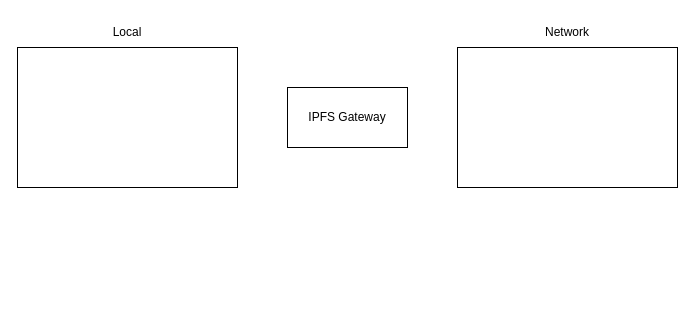
This is designs/architecture/IPFS Diagram.drawio from UniversalDot/documents, a draw.io file, before an edit. Source tidied: cells renumbered, new cells numbered last; positions are measured from the earlier drawing's top-left corner, leaving out a move shared by most shapes. Both pictures are drawn from the tidied source at 100%, with x=0, y=0 at pixel (17, 17).
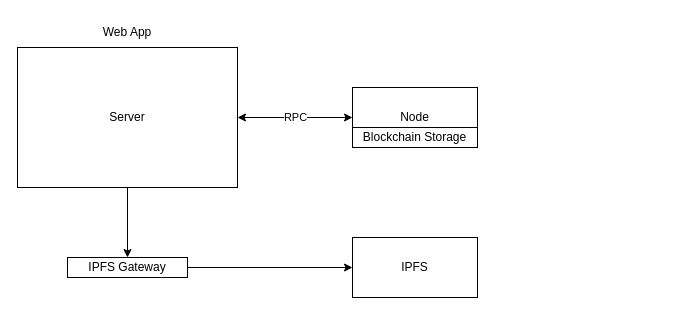
Above is the later version.

Diff of the diagram source:
```diff
@@
 <mxGraphModel>
   <root>
     <mxCell id="0" />
     <mxCell id="1" parent="0" />
+    <mxCell id="7" value="RPC" style="edgeStyle=orthogonalEdgeStyle;rounded=0;jettySize=auto;html=1;entryX=0;entryY=0.5;entryDx=0;entryDy=0;startArrow=classic;startFill=1;" parent="1" edge="1" source="2" target="10">
+      <mxGeometry relative="1" as="geometry" />
+    </mxCell>
+    <mxCell id="8" style="edgeStyle=orthogonalEdgeStyle;rounded=0;jettySize=auto;html=1;entryX=0.5;entryY=0;entryDx=0;entryDy=0;" parent="1" edge="1" source="2" target="6">
+      <mxGeometry relative="1" as="geometry" />
+    </mxCell>
-    <mxCell id="2" style="rounded=0;whiteSpace=wrap;html=1;" parent="1" vertex="1">
+    <mxCell id="2" value="Server" style="rounded=0;whiteSpace=wrap;html=1;" parent="1" vertex="1">
       <mxGeometry y="30" width="220" height="140" as="geometry" />
     </mxCell>
-    <mxCell id="3" value="Local" style="text;html=1;strokeColor=none;fillColor=none;align=center;verticalAlign=middle;whiteSpace=wrap;rounded=0;" parent="1" vertex="1">
+    <mxCell id="3" value="Web App" style="text;html=1;strokeColor=none;fillColor=none;align=center;verticalAlign=middle;whiteSpace=wrap;rounded=0;" parent="1" vertex="1">
       <mxGeometry x="80" width="60" height="30" as="geometry" />
     </mxCell>
-    <mxCell id="4" style="rounded=0;whiteSpace=wrap;html=1;" parent="1" vertex="1">
-      <mxGeometry x="440" y="30" width="220" height="140" as="geometry" />
-    </mxCell>
-    <mxCell id="5" value="Network" style="text;html=1;strokeColor=none;fillColor=none;align=center;verticalAlign=middle;whiteSpace=wrap;rounded=0;" parent="1" vertex="1">
-      <mxGeometry x="520" width="60" height="30" as="geometry" />
-    </mxCell>
+    <mxCell id="9" style="edgeStyle=orthogonalEdgeStyle;rounded=0;jettySize=auto;html=1;entryX=0;entryY=0.5;entryDx=0;entryDy=0;" parent="1" edge="1" source="6" target="12">
+      <mxGeometry relative="1" as="geometry" />
+    </mxCell>
     <mxCell id="6" value="IPFS Gateway" style="rounded=0;whiteSpace=wrap;html=1;" parent="1" vertex="1">
-      <mxGeometry x="270" y="70" width="120" height="60" as="geometry" />
+      <mxGeometry x="50" y="240" width="120" height="20" as="geometry" />
     </mxCell>
+    <mxCell id="10" value="Node" style="rounded=0;whiteSpace=wrap;html=1;" parent="1" vertex="1">
+      <mxGeometry x="335" y="70" width="125" height="60" as="geometry" />
+    </mxCell>
+    <mxCell id="11" value="Blockchain Storage" style="rounded=0;whiteSpace=wrap;html=1;" parent="1" vertex="1">
+      <mxGeometry x="335" y="110" width="125" height="20" as="geometry" />
+    </mxCell>
+    <mxCell id="12" value="IPFS" style="rounded=0;whiteSpace=wrap;html=1;" parent="1" vertex="1">
+      <mxGeometry x="335" y="220" width="125" height="60" as="geometry" />
+    </mxCell>
   </root>
 </mxGraphModel>
```
